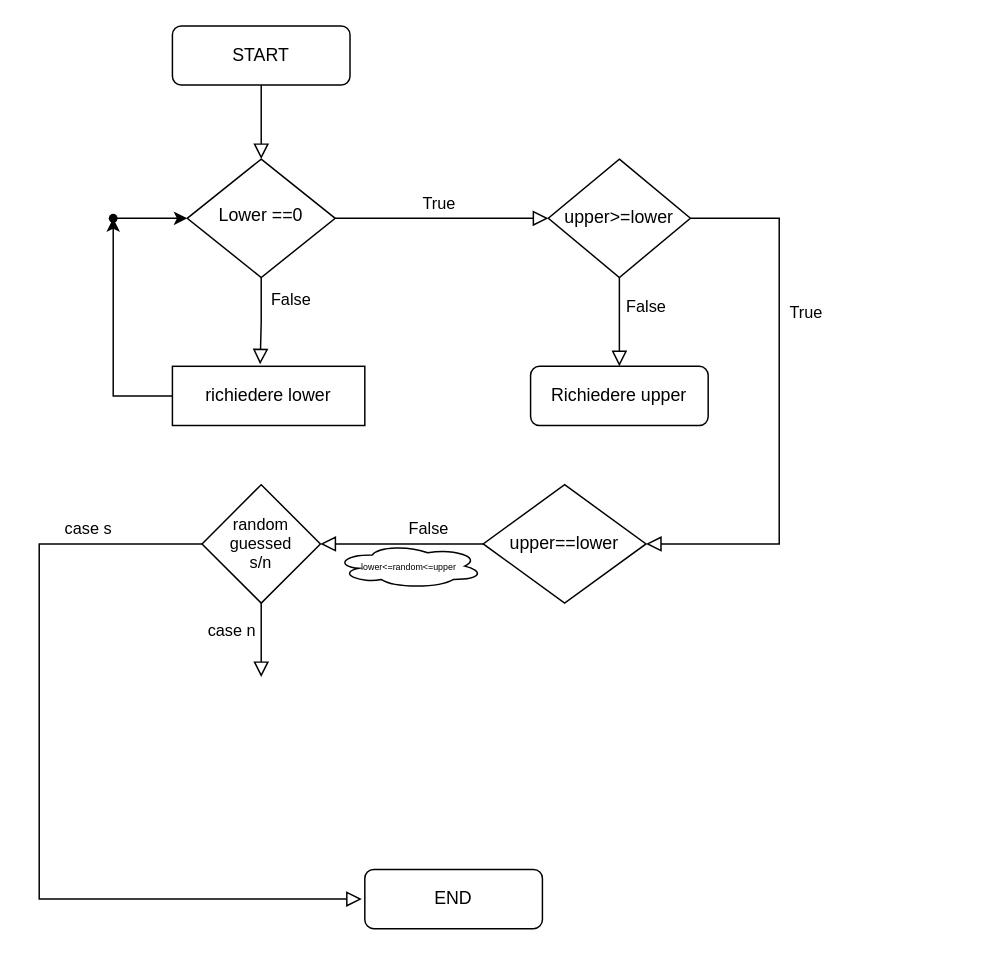
Above: Untitled Diagram.drawio in Fedda17/Flowchart (draw.io), before the change. Source tidied: cells renumbered, new cells numbered last; positions are measured from the earlier drawing's top-left corner, leaving out a move shared by most shapes. Both pictures are drawn from the tidied source at 148%, with x=0, y=0 at pixel (38, 25).
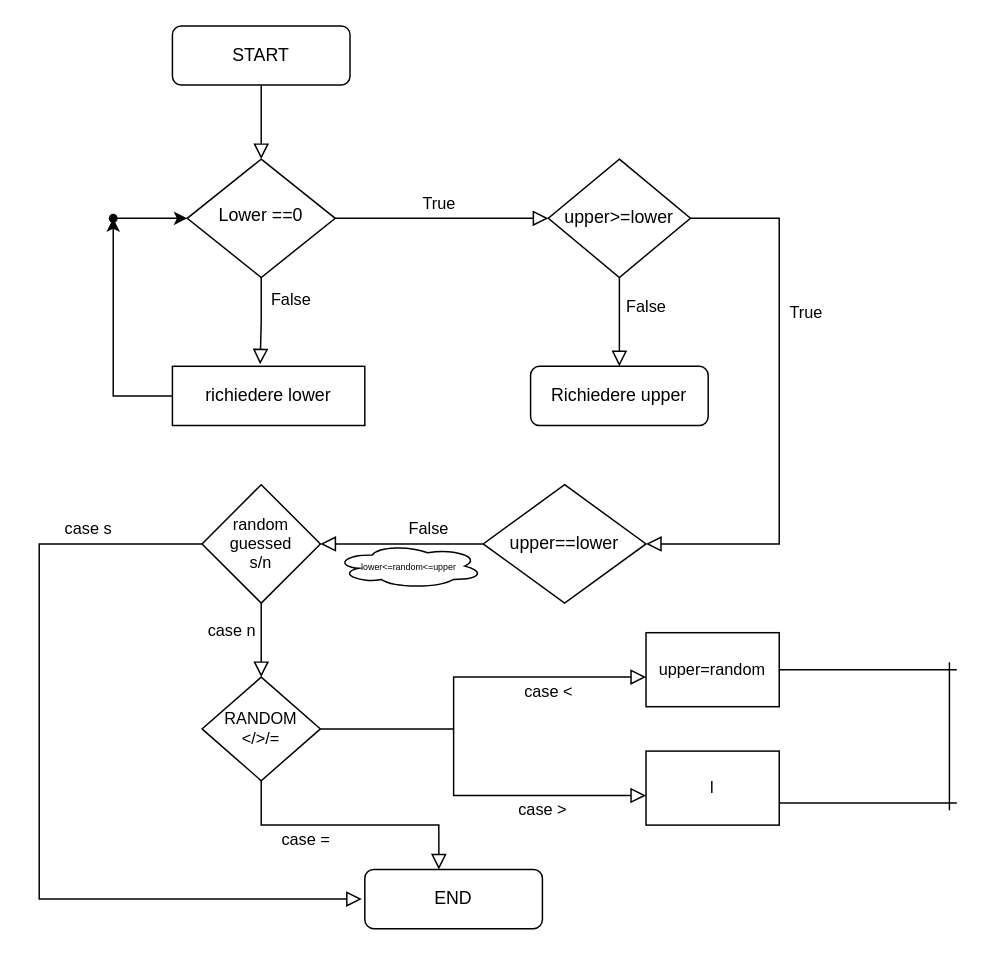
The same diagram, later.

Unchanged cells that the change refers to:
```xml
<mxCell id="7" value="END" style="rounded=1;whiteSpace=wrap;html=1;fontSize=12;glass=0;strokeWidth=1;shadow=0;" parent="1" vertex="1">
  <mxGeometry x="220" y="570" width="120" height="40" as="geometry" />
</mxCell>
```

Diff of the diagram source:
```diff
@@
+    <mxCell id="22" value="&lt;div&gt;RANDOM&lt;/div&gt;&lt;div&gt;&amp;lt;/&amp;gt;/=&lt;br&gt;&lt;/div&gt;" style="rhombus;whiteSpace=wrap;html=1;fontSize=11;" parent="1" vertex="1">
+      <mxGeometry x="110" y="440" width="80" height="70" as="geometry" />
+    </mxCell>
+    <mxCell id="23" value="case =" style="edgeStyle=orthogonalEdgeStyle;rounded=0;html=1;jettySize=auto;fontSize=11;endArrow=block;endFill=0;endSize=8;strokeWidth=1;shadow=0;labelBackgroundColor=none;exitX=0.5;exitY=1;exitDx=0;exitDy=0;entryX=0.417;entryY=0;entryDx=0;entryDy=0;entryPerimeter=0;" parent="1" edge="1" source="22" target="7">
+      <mxGeometry x="-0.33" y="-10" relative="1" as="geometry" />
+    </mxCell>
+    <mxCell id="24" style="line;strokeWidth=1;html=1;fontSize=11;" parent="1" vertex="1">
+      <mxGeometry x="190" y="470" width="90" height="10" as="geometry" />
+    </mxCell>
+    <mxCell id="25" value="case &amp;gt;" style="edgeStyle=orthogonalEdgeStyle;rounded=0;html=1;jettySize=auto;fontSize=11;endArrow=block;endFill=0;endSize=8;strokeWidth=1;shadow=0;labelBackgroundColor=none;exitX=1;exitY=0.5;exitDx=0;exitDy=0;exitPerimeter=0;" parent="1" edge="1" source="24">
+      <mxGeometry x="0.2" y="-10" relative="1" as="geometry">
+        <mxPoint x="410" y="520" as="targetPoint" />
+        <Array as="points">
+          <mxPoint x="280" y="520" />
+        </Array>
+      </mxGeometry>
+    </mxCell>
+    <mxCell id="26" value="case &amp;lt;" style="edgeStyle=orthogonalEdgeStyle;rounded=0;html=1;jettySize=auto;fontSize=11;endArrow=block;endFill=0;endSize=8;strokeWidth=1;shadow=0;labelBackgroundColor=none;exitX=1;exitY=0.5;exitDx=0;exitDy=0;exitPerimeter=0;" parent="1" edge="1" source="24">
+      <mxGeometry x="0.2" y="-10" relative="1" as="geometry">
+        <mxPoint x="410" y="440" as="targetPoint" />
+        <Array as="points">
+          <mxPoint x="280" y="440" />
+        </Array>
+      </mxGeometry>
+    </mxCell>
+    <mxCell id="27" value="upper=random" style="rounded=0;whiteSpace=wrap;html=1;fontSize=11;strokeWidth=1;" parent="1" vertex="1">
+      <mxGeometry x="410" y="410" width="90" height="50" as="geometry" />
+    </mxCell>
+    <mxCell id="28" style="line;strokeWidth=1;html=1;fontSize=11;" parent="1" vertex="1">
+      <mxGeometry x="500" y="430" width="120" height="10" as="geometry" />
+    </mxCell>
+    <mxCell id="29" style="line;strokeWidth=1;html=1;fontSize=11;" parent="1" vertex="1">
+      <mxGeometry x="500" y="520" width="120" height="10" as="geometry" />
+    </mxCell>
+    <mxCell id="30" style="line;strokeWidth=1;html=1;fontSize=11;direction=south;" parent="1" vertex="1">
+      <mxGeometry x="610" y="430" width="10" height="100" as="geometry" />
+    </mxCell>
+    <mxCell id="31" value="l" style="rounded=0;whiteSpace=wrap;html=1;fontSize=11;strokeWidth=1;" parent="1" vertex="1">
+      <mxGeometry x="410" y="490" width="90" height="50" as="geometry" />
+    </mxCell>
```
